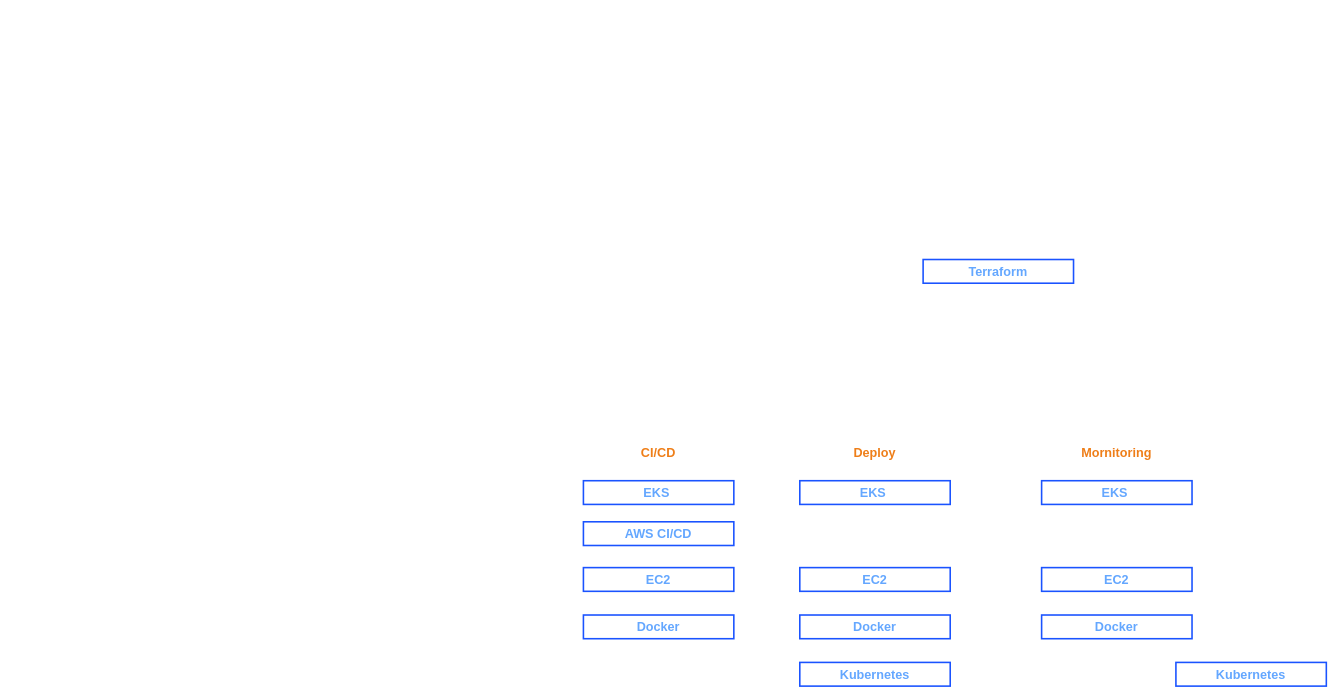
HoangGuruu/drawCloud keeps this draw.io diagram as MindSet.drawio. Above is the earlier version. Source tidied: cells renumbered, new cells numbered last; positions are measured from the earlier drawing's top-left corner, leaving out a move shared by most shapes. Both pictures are drawn from the tidied source at 79%, with x=0, y=0 at pixel (583, 259).
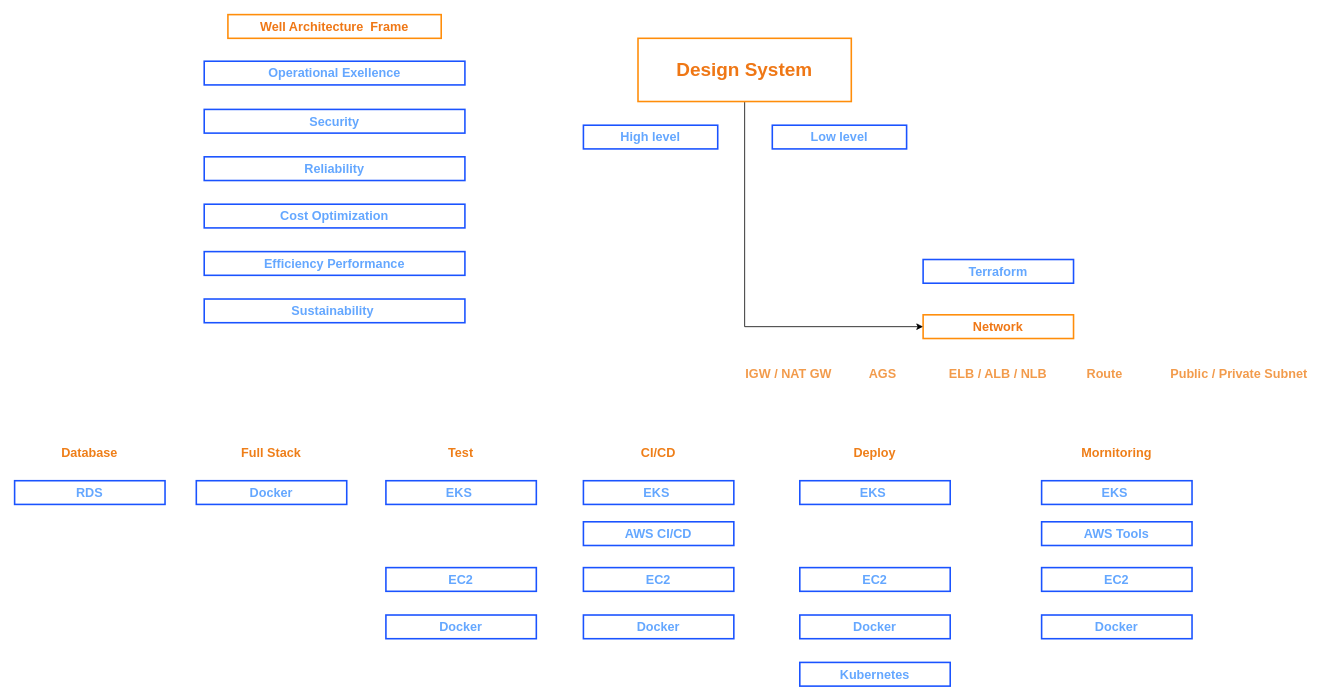
After the change.

Commit message (it also covers changes not shown here):
Cập nhật MindSet.drawio

The edit, as a diff of the source:
```diff
@@
-    <mxCell id="11" value="Kubernetes" style="text;html=1;strokeColor=#1a53ff;fillColor=none;align=center;verticalAlign=middle;whiteSpace=wrap;rounded=0;fontSize=16;fontStyle=1;fontColor=#64a7ff;strokeWidth=2;" parent="1" vertex="1">
-      <mxGeometry x="750" y="510" width="190.4" height="30" as="geometry" />
+    <mxCell id="11" value="AWS Tools" style="text;html=1;strokeColor=#1a53ff;fillColor=none;align=center;verticalAlign=middle;whiteSpace=wrap;rounded=0;fontSize=16;fontStyle=1;fontColor=#64a7ff;strokeWidth=2;" parent="1" vertex="1">
+      <mxGeometry x="580" y="332" width="190.4" height="30" as="geometry" />
     </mxCell>
@@
+    <mxCell id="18" value="Docker" style="text;html=1;strokeColor=#1a53ff;fillColor=none;align=center;verticalAlign=middle;whiteSpace=wrap;rounded=0;fontSize=16;fontStyle=1;fontColor=#64a7ff;strokeWidth=2;" parent="1" vertex="1">
+      <mxGeometry x="-490" y="280" width="190.4" height="30" as="geometry" />
+    </mxCell>
+    <mxCell id="19" value="Full Stack" style="text;html=1;strokeColor=none;fillColor=none;align=center;verticalAlign=middle;whiteSpace=wrap;rounded=0;fontSize=16;fontStyle=1;fontColor=#ed7100;opacity=80;textOpacity=90;" parent="1" vertex="1">
+      <mxGeometry x="-434.8" y="230" width="80" height="30" as="geometry" />
+    </mxCell>
+    <mxCell id="20" value="Database" style="text;html=1;strokeColor=none;fillColor=none;align=center;verticalAlign=middle;whiteSpace=wrap;rounded=0;fontSize=16;fontStyle=1;fontColor=#ed7100;opacity=80;textOpacity=90;" parent="1" vertex="1">
+      <mxGeometry x="-664.8" y="230" width="80" height="30" as="geometry" />
+    </mxCell>
+    <mxCell id="21" value="Network" style="text;html=1;strokeColor=#ff8d0a;fillColor=none;align=center;verticalAlign=middle;whiteSpace=wrap;rounded=0;fontSize=16;fontStyle=1;fontColor=#ef7715;strokeWidth=2;" parent="1" vertex="1">
+      <mxGeometry x="430" y="70" width="190.4" height="30" as="geometry" />
+    </mxCell>
+    <mxCell id="22" value="AGS" style="text;html=1;strokeColor=none;fillColor=none;align=center;verticalAlign=middle;whiteSpace=wrap;rounded=0;fontSize=16;fontStyle=1;fontColor=#ed7100;opacity=50;textOpacity=70;" parent="1" vertex="1">
+      <mxGeometry x="339.1" y="130" width="80" height="30" as="geometry" />
+    </mxCell>
+    <mxCell id="23" value="ELB / ALB / NLB" style="text;html=1;strokeColor=none;fillColor=none;align=center;verticalAlign=middle;whiteSpace=wrap;rounded=0;fontSize=16;fontStyle=1;fontColor=#ed7100;opacity=50;textOpacity=70;" parent="1" vertex="1">
+      <mxGeometry x="455.2" y="130" width="140" height="30" as="geometry" />
+    </mxCell>
+    <mxCell id="24" value="Route" style="text;html=1;strokeColor=none;fillColor=none;align=center;verticalAlign=middle;whiteSpace=wrap;rounded=0;fontSize=16;fontStyle=1;fontColor=#ed7100;opacity=50;textOpacity=70;" parent="1" vertex="1">
+      <mxGeometry x="620.4" y="130" width="80" height="30" as="geometry" />
+    </mxCell>
+    <mxCell id="25" value="Public / Private Subnet" style="text;html=1;strokeColor=none;fillColor=none;align=center;verticalAlign=middle;whiteSpace=wrap;rounded=0;fontSize=16;fontStyle=1;fontColor=#ed7100;opacity=50;textOpacity=70;" parent="1" vertex="1">
+      <mxGeometry x="740" y="130" width="180" height="30" as="geometry" />
+    </mxCell>
+    <mxCell id="26" value="IGW / NAT GW" style="text;html=1;strokeColor=none;fillColor=none;align=center;verticalAlign=middle;whiteSpace=wrap;rounded=0;fontSize=16;fontStyle=1;fontColor=#ed7100;opacity=50;textOpacity=70;" parent="1" vertex="1">
+      <mxGeometry x="200" y="130" width="120" height="30" as="geometry" />
+    </mxCell>
+    <mxCell id="27" value="RDS" style="text;html=1;strokeColor=#1a53ff;fillColor=none;align=center;verticalAlign=middle;whiteSpace=wrap;rounded=0;fontSize=16;fontStyle=1;fontColor=#64a7ff;strokeWidth=2;" parent="1" vertex="1">
+      <mxGeometry x="-720" y="280" width="190.4" height="30" as="geometry" />
+    </mxCell>
+    <mxCell id="28" value="Well Architecture&amp;nbsp; Frame" style="text;html=1;strokeColor=#ff8d0a;fillColor=none;align=center;verticalAlign=middle;whiteSpace=wrap;rounded=0;fontSize=16;fontStyle=1;fontColor=#ef7715;strokeWidth=2;" parent="1" vertex="1">
+      <mxGeometry x="-450" y="-310" width="270" height="30" as="geometry" />
+    </mxCell>
+    <mxCell id="29" value="Operational Exellence" style="text;html=1;strokeColor=#1a53ff;fillColor=none;align=center;verticalAlign=middle;whiteSpace=wrap;rounded=0;fontSize=16;fontStyle=1;fontColor=#64a7ff;strokeWidth=2;" parent="1" vertex="1">
+      <mxGeometry x="-480" y="-251" width="330" height="30" as="geometry" />
+    </mxCell>
+    <mxCell id="30" value="Security" style="text;html=1;strokeColor=#1a53ff;fillColor=none;align=center;verticalAlign=middle;whiteSpace=wrap;rounded=0;fontSize=16;fontStyle=1;fontColor=#64a7ff;strokeWidth=2;" parent="1" vertex="1">
+      <mxGeometry x="-480" y="-190" width="330" height="30" as="geometry" />
+    </mxCell>
+    <mxCell id="31" value="Reliability" style="text;html=1;strokeColor=#1a53ff;fillColor=none;align=center;verticalAlign=middle;whiteSpace=wrap;rounded=0;fontSize=16;fontStyle=1;fontColor=#64a7ff;strokeWidth=2;" parent="1" vertex="1">
+      <mxGeometry x="-480" y="-130" width="330" height="30" as="geometry" />
+    </mxCell>
+    <mxCell id="32" value="Cost Optimization" style="text;html=1;strokeColor=#1a53ff;fillColor=none;align=center;verticalAlign=middle;whiteSpace=wrap;rounded=0;fontSize=16;fontStyle=1;fontColor=#64a7ff;strokeWidth=2;" parent="1" vertex="1">
+      <mxGeometry x="-480" y="-70" width="330" height="30" as="geometry" />
+    </mxCell>
+    <mxCell id="33" value="Efficiency Performance" style="text;html=1;strokeColor=#1a53ff;fillColor=none;align=center;verticalAlign=middle;whiteSpace=wrap;rounded=0;fontSize=16;fontStyle=1;fontColor=#64a7ff;strokeWidth=2;" parent="1" vertex="1">
+      <mxGeometry x="-480" y="-10" width="330" height="30" as="geometry" />
+    </mxCell>
+    <mxCell id="34" value="Sustainability&amp;nbsp;" style="text;html=1;strokeColor=#1a53ff;fillColor=none;align=center;verticalAlign=middle;whiteSpace=wrap;rounded=0;fontSize=16;fontStyle=1;fontColor=#64a7ff;strokeWidth=2;" parent="1" vertex="1">
+      <mxGeometry x="-480" y="50" width="330" height="30" as="geometry" />
+    </mxCell>
+    <mxCell id="35" style="edgeStyle=orthogonalEdgeStyle;rounded=0;jettySize=auto;html=1;exitX=0.5;exitY=1;exitDx=0;exitDy=0;entryX=0;entryY=0.5;entryDx=0;entryDy=0;" parent="1" edge="1" source="36" target="21">
+      <mxGeometry relative="1" as="geometry" />
+    </mxCell>
+    <mxCell id="36" value="&lt;font style=&quot;font-size: 24px;&quot;&gt;Design System&lt;/font&gt;" style="text;html=1;strokeColor=#ff8d0a;fillColor=none;align=center;verticalAlign=middle;whiteSpace=wrap;rounded=0;fontSize=16;fontStyle=1;fontColor=#ef7715;strokeWidth=2;" parent="1" vertex="1">
+      <mxGeometry x="69.1" y="-280" width="270" height="80" as="geometry" />
+    </mxCell>
+    <mxCell id="37" value="High level" style="text;html=1;strokeColor=#1a53ff;fillColor=none;align=center;verticalAlign=middle;whiteSpace=wrap;rounded=0;fontSize=16;fontStyle=1;fontColor=#64a7ff;strokeWidth=2;" parent="1" vertex="1">
+      <mxGeometry y="-170" width="170" height="30" as="geometry" />
+    </mxCell>
+    <mxCell id="38" value="Low level" style="text;html=1;strokeColor=#1a53ff;fillColor=none;align=center;verticalAlign=middle;whiteSpace=wrap;rounded=0;fontSize=16;fontStyle=1;fontColor=#64a7ff;strokeWidth=2;" parent="1" vertex="1">
+      <mxGeometry x="239.1" y="-170" width="170" height="30" as="geometry" />
+    </mxCell>
+    <mxCell id="39" value="Test" style="text;html=1;strokeColor=none;fillColor=none;align=center;verticalAlign=middle;whiteSpace=wrap;rounded=0;fontSize=16;fontStyle=1;fontColor=#ed7100;opacity=80;textOpacity=90;" parent="1" vertex="1">
+      <mxGeometry x="-194.8" y="230" width="80" height="30" as="geometry" />
+    </mxCell>
+    <mxCell id="40" value="EKS&amp;nbsp;" style="text;html=1;strokeColor=#1a53ff;fillColor=none;align=center;verticalAlign=middle;whiteSpace=wrap;rounded=0;fontSize=16;fontStyle=1;fontColor=#64a7ff;strokeWidth=2;" parent="1" vertex="1">
+      <mxGeometry x="-250" y="280" width="190.4" height="30" as="geometry" />
+    </mxCell>
+    <mxCell id="41" value="EC2" style="text;html=1;strokeColor=#1a53ff;fillColor=none;align=center;verticalAlign=middle;whiteSpace=wrap;rounded=0;fontSize=16;fontStyle=1;fontColor=#64a7ff;strokeWidth=2;" parent="1" vertex="1">
+      <mxGeometry x="-250" y="390" width="190.4" height="30" as="geometry" />
+    </mxCell>
+    <mxCell id="42" value="Docker" style="text;html=1;strokeColor=#1a53ff;fillColor=none;align=center;verticalAlign=middle;whiteSpace=wrap;rounded=0;fontSize=16;fontStyle=1;fontColor=#64a7ff;strokeWidth=2;" parent="1" vertex="1">
+      <mxGeometry x="-250" y="450" width="190.4" height="30" as="geometry" />
+    </mxCell>
```
